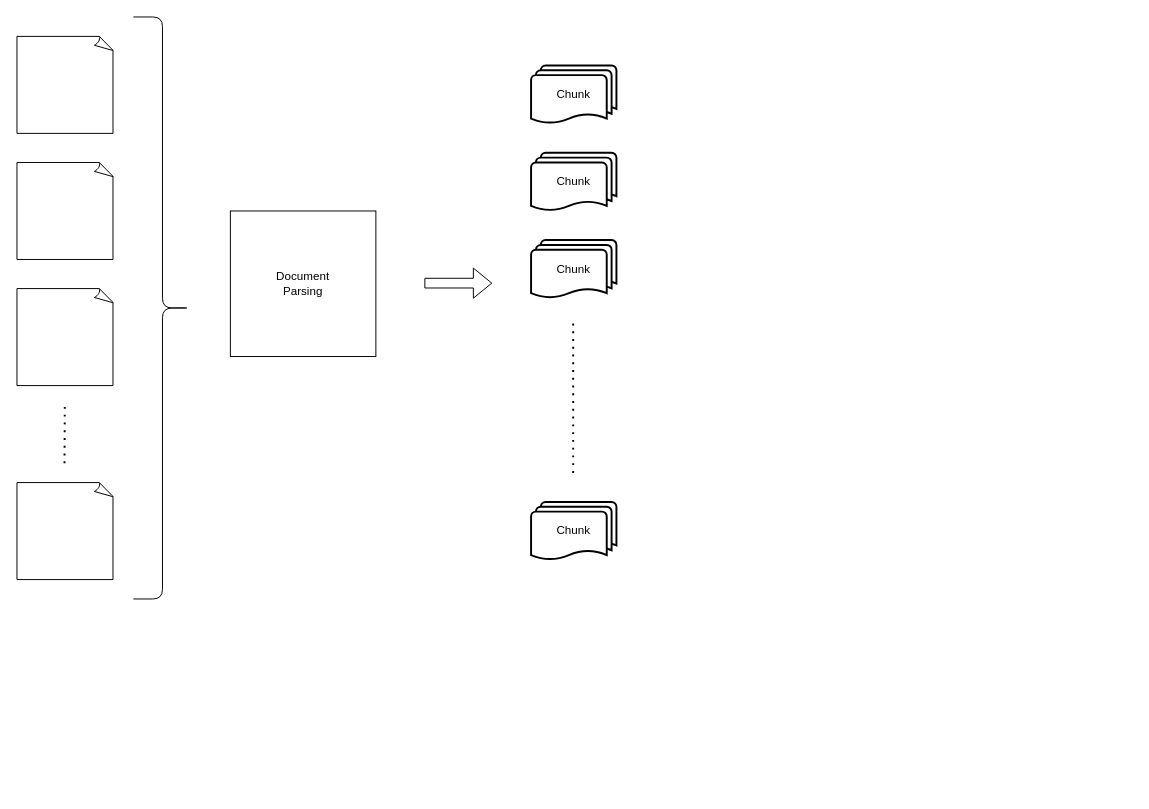
Earlier version of the draw.io diagram Untitled Diagram.drawio (xiaochen93/xiaochen93). Source tidied: cells renumbered, new cells numbered last; positions are measured from the earlier drawing's top-left corner, leaving out a move shared by most shapes. Both pictures are drawn from the tidied source at 97%, with x=0, y=0 at pixel (16, 16).
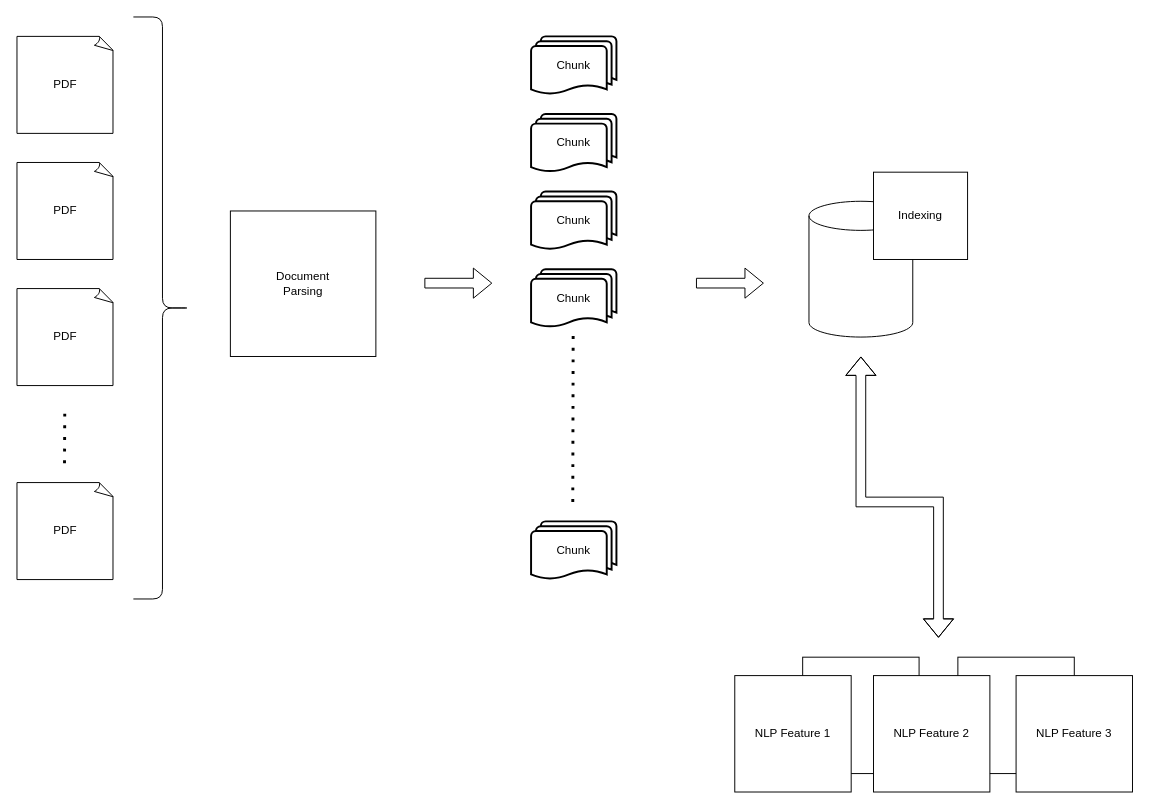
The same diagram, later.

Change to the diagram source:
```diff
@@
+    <mxCell id="15" style="whiteSpace=wrap;html=1;" parent="1" vertex="1">
+      <mxGeometry x="970" y="660" width="120" height="120" as="geometry" />
+    </mxCell>
+    <mxCell id="16" style="whiteSpace=wrap;html=1;" parent="1" vertex="1">
+      <mxGeometry x="810" y="660" width="120" height="120" as="geometry" />
+    </mxCell>
     <mxCell id="2" value="Chunk" style="strokeWidth=2;html=1;shape=mxgraph.flowchart.multi-document;whiteSpace=wrap;" parent="1" vertex="1">
-      <mxGeometry x="530" y="50" width="88" height="60" as="geometry" />
+      <mxGeometry x="530" y="20" width="88" height="60" as="geometry" />
     </mxCell>
     <mxCell id="3" value="Chunk" style="strokeWidth=2;html=1;shape=mxgraph.flowchart.multi-document;whiteSpace=wrap;" parent="1" vertex="1">
-      <mxGeometry x="530" y="140" width="88" height="60" as="geometry" />
+      <mxGeometry x="530" y="100" width="88" height="60" as="geometry" />
     </mxCell>
     <mxCell id="4" value="Chunk" style="strokeWidth=2;html=1;shape=mxgraph.flowchart.multi-document;whiteSpace=wrap;" parent="1" vertex="1">
-      <mxGeometry x="530" y="230" width="88" height="60" as="geometry" />
+      <mxGeometry x="530" y="180" width="88" height="60" as="geometry" />
     </mxCell>
     <mxCell id="5" value="Chunk" style="strokeWidth=2;html=1;shape=mxgraph.flowchart.multi-document;whiteSpace=wrap;" parent="1" vertex="1">
-      <mxGeometry x="530" y="500" width="88" height="60" as="geometry" />
+      <mxGeometry x="530" y="520" width="88" height="60" as="geometry" />
     </mxCell>
-    <mxCell id="6" style="endArrow=none;dashed=1;html=1;dashPattern=1 3;strokeWidth=2;rounded=0;" parent="1" edge="1">
+    <mxCell id="6" style="endArrow=none;dashed=1;html=1;dashPattern=1 3;strokeWidth=3;rounded=0;" parent="1" edge="1">
       <mxGeometry relative="1" as="geometry">
-        <mxPoint x="573.4" y="470" as="sourcePoint" />
-        <mxPoint x="573.4" y="310" as="targetPoint" />
+        <mxPoint x="573" y="500" as="sourcePoint" />
+        <mxPoint x="573.4" y="322" as="targetPoint" />
       </mxGeometry>
     </mxCell>
@@
-    <mxCell id="10" style="whiteSpace=wrap;html=1;shape=mxgraph.basic.document;" parent="1" vertex="1">
+    <mxCell id="10" value="PDF" style="whiteSpace=wrap;html=1;shape=mxgraph.basic.document;" parent="1" vertex="1">
       <mxGeometry y="20" width="100" height="100" as="geometry" />
     </mxCell>
-    <mxCell id="11" style="whiteSpace=wrap;html=1;shape=mxgraph.basic.document;" parent="1" vertex="1">
+    <mxCell id="11" value="PDF" style="whiteSpace=wrap;html=1;shape=mxgraph.basic.document;" parent="1" vertex="1">
       <mxGeometry y="150" width="100" height="100" as="geometry" />
     </mxCell>
-    <mxCell id="12" style="whiteSpace=wrap;html=1;shape=mxgraph.basic.document;" parent="1" vertex="1">
+    <mxCell id="12" value="PDF" style="whiteSpace=wrap;html=1;shape=mxgraph.basic.document;" parent="1" vertex="1">
       <mxGeometry y="280" width="100" height="100" as="geometry" />
     </mxCell>
-    <mxCell id="13" style="whiteSpace=wrap;html=1;shape=mxgraph.basic.document;" parent="1" vertex="1">
+    <mxCell id="13" value="PDF" style="whiteSpace=wrap;html=1;shape=mxgraph.basic.document;" parent="1" vertex="1">
       <mxGeometry y="480" width="100" height="100" as="geometry" />
     </mxCell>
-    <mxCell id="14" style="endArrow=none;dashed=1;html=1;dashPattern=1 3;strokeWidth=2;rounded=0;" parent="1" edge="1">
+    <mxCell id="14" style="endArrow=none;dashed=1;html=1;dashPattern=1 3;strokeWidth=3;rounded=0;" parent="1" edge="1">
       <mxGeometry relative="1" as="geometry">
         <mxPoint x="49" y="460" as="sourcePoint" />
         <mxPoint x="49.3" y="400" as="targetPoint" />
       </mxGeometry>
     </mxCell>
+    <mxCell id="17" value="Chunk" style="strokeWidth=2;html=1;shape=mxgraph.flowchart.multi-document;whiteSpace=wrap;" parent="1" vertex="1">
+      <mxGeometry x="530" y="260" width="88" height="60" as="geometry" />
+    </mxCell>
+    <mxCell id="18" style="shape=cylinder3;whiteSpace=wrap;html=1;boundedLbl=1;backgroundOutline=1;size=15;" parent="1" vertex="1">
+      <mxGeometry x="816.5" y="190" width="107" height="140" as="geometry" />
+    </mxCell>
+    <mxCell id="19" style="shape=flexArrow;endArrow=classic;startArrow=classic;html=1;rounded=0;" parent="1" edge="1">
+      <mxGeometry relative="1" as="geometry">
+        <mxPoint x="950" y="640" as="sourcePoint" />
+        <mxPoint x="870" y="350" as="targetPoint" />
+        <Array as="points">
+          <mxPoint x="950" y="500" />
+          <mxPoint x="870" y="500" />
+        </Array>
+      </mxGeometry>
+    </mxCell>
+    <mxCell id="20" value="NLP Feature 1" style="whiteSpace=wrap;html=1;direction=south;" parent="1" vertex="1">
+      <mxGeometry x="740" y="679" width="120" height="120" as="geometry" />
+    </mxCell>
+    <mxCell id="21" value="&lt;div&gt;NLP Feature 2&lt;/div&gt;" style="whiteSpace=wrap;html=1;" parent="1" vertex="1">
+      <mxGeometry x="883" y="679" width="120" height="120" as="geometry" />
+    </mxCell>
+    <mxCell id="22" value="&lt;div&gt;NLP Feature 3&lt;/div&gt;" style="whiteSpace=wrap;html=1;" parent="1" vertex="1">
+      <mxGeometry x="1030" y="679" width="120" height="120" as="geometry" />
+    </mxCell>
+    <mxCell id="23" style="shape=flexArrow;endArrow=classic;html=1;rounded=0;" parent="1" edge="1">
+      <mxGeometry relative="1" as="geometry">
+        <mxPoint x="700" y="274.4" as="sourcePoint" />
+        <mxPoint x="770" y="274.4" as="targetPoint" />
+      </mxGeometry>
+    </mxCell>
+    <mxCell id="24" value="Indexing" style="rounded=0;whiteSpace=wrap;html=1;" parent="1" vertex="1">
+      <mxGeometry x="883" y="160" width="97" height="90" as="geometry" />
+    </mxCell>
```
